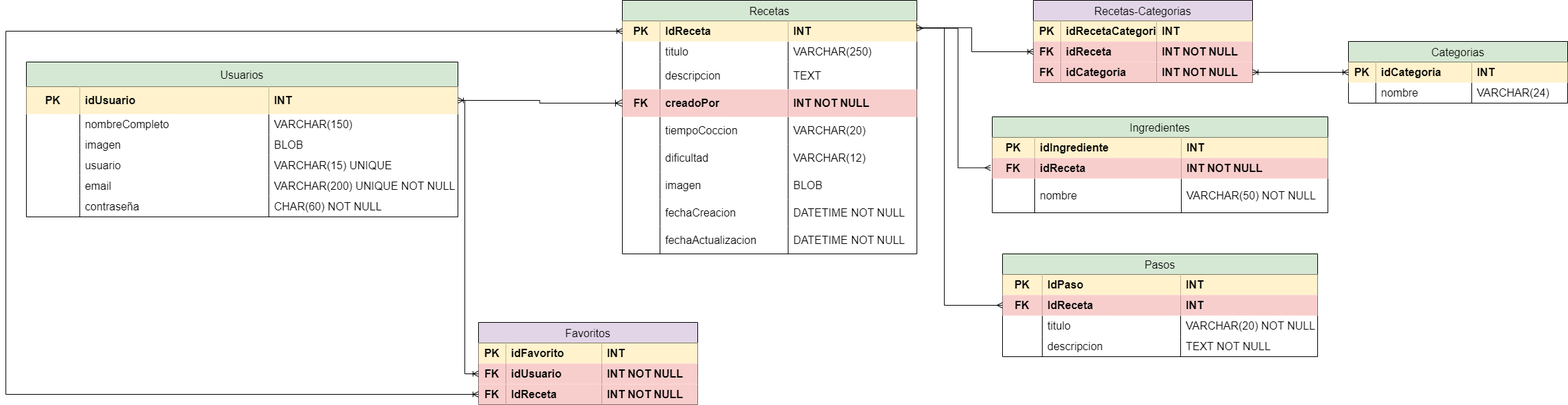
Before: Documentacion/Modelo Relacional Avocado.png, a diagram exported from draw.io (Nervios-de-Acero/tesis-avocado). Source tidied: cells renumbered, new cells last; positions are measured from the earlier drawing's top-left corner, leaving out a move shared by most shapes.
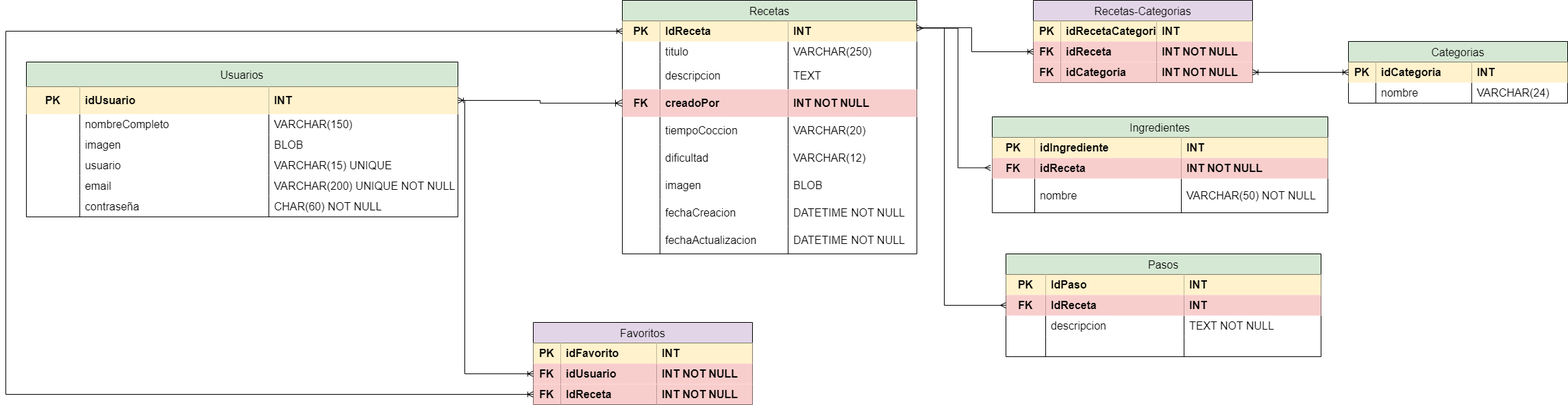
Later version of the same file.

The edit, as a diff of the source:
```diff
@@ -189,7 +189,7 @@
       <mxGeometry x="242" width="188" height="40" as="geometry" />
     </mxCell>
     <mxCell id="64" value="Favoritos" style="shape=table;startSize=30;rowLines=0;fontStyle=0;strokeColor=#000000;fontSize=16;fillColor=#e1d5e7;" parent="1" vertex="1">
-      <mxGeometry x="690" y="470" width="320" height="120" as="geometry" />
+      <mxGeometry x="770" y="470" width="320" height="120" as="geometry" />
     </mxCell>
     <mxCell id="65" style="shape=tableRow;horizontal=0;startSize=0;swimlaneHead=0;swimlaneBody=0;top=0;left=0;bottom=0;right=0;fillColor=none;strokeColor=inherit;fontSize=16;" parent="64" vertex="1">
       <mxGeometry y="30" width="320" height="30" as="geometry" />
@@ -255,7 +255,7 @@
       <mxGeometry x="180" width="140" height="30" as="geometry" />
     </mxCell>
     <mxCell id="86" value="Pasos" style="shape=table;startSize=30;rowLines=0;fontStyle=0;strokeColor=#000000;fontSize=16;fillColor=#d5e8d4;" parent="1" vertex="1">
-      <mxGeometry x="1455" y="370" width="460" height="150" as="geometry" />
+      <mxGeometry x="1460" y="370" width="460" height="150" as="geometry" />
     </mxCell>
     <mxCell id="87" style="shape=tableRow;horizontal=0;startSize=0;swimlaneHead=0;swimlaneBody=0;top=0;left=0;bottom=0;right=0;fillColor=none;strokeColor=inherit;fontSize=16;" parent="86" vertex="1">
       <mxGeometry y="30" width="460" height="30" as="geometry" />
@@ -287,10 +287,10 @@
     <mxCell id="96" style="shape=partialRectangle;html=1;whiteSpace=wrap;fillColor=none;top=0;left=0;bottom=0;right=0;overflow=hidden;strokeColor=inherit;fontSize=16;" parent="95" vertex="1">
       <mxGeometry width="58" height="30" as="geometry" />
     </mxCell>
-    <mxCell id="97" value="titulo" style="shape=partialRectangle;html=1;whiteSpace=wrap;fillColor=none;top=0;left=0;bottom=0;right=0;align=left;spacingLeft=6;overflow=hidden;strokeColor=inherit;fontSize=16;" parent="95" vertex="1">
+    <mxCell id="97" value="descripcion" style="shape=partialRectangle;html=1;whiteSpace=wrap;fillColor=none;top=0;left=0;bottom=0;right=0;align=left;spacingLeft=6;overflow=hidden;strokeColor=inherit;fontSize=16;" parent="95" vertex="1">
       <mxGeometry x="58" width="202" height="30" as="geometry" />
     </mxCell>
-    <mxCell id="98" value="VARCHAR(20) NOT NULL" style="shape=partialRectangle;html=1;whiteSpace=wrap;fillColor=none;top=0;left=0;bottom=0;right=0;align=left;spacingLeft=6;overflow=hidden;strokeColor=inherit;fontSize=16;" parent="95" vertex="1">
+    <mxCell id="98" value="TEXT NOT NULL" style="shape=partialRectangle;html=1;whiteSpace=wrap;fillColor=none;top=0;left=0;bottom=0;right=0;align=left;spacingLeft=6;overflow=hidden;strokeColor=inherit;fontSize=16;" parent="95" vertex="1">
       <mxGeometry x="260" width="200" height="30" as="geometry" />
     </mxCell>
     <mxCell id="99" style="shape=tableRow;horizontal=0;startSize=0;swimlaneHead=0;swimlaneBody=0;top=0;left=0;bottom=0;right=0;fillColor=none;strokeColor=inherit;fontSize=16;" parent="86" vertex="1">
@@ -299,10 +299,10 @@
     <mxCell id="100" style="shape=partialRectangle;html=1;whiteSpace=wrap;fillColor=none;top=0;left=0;bottom=0;right=0;overflow=hidden;strokeColor=inherit;fontSize=16;" parent="99" vertex="1">
       <mxGeometry width="58" height="30" as="geometry" />
     </mxCell>
-    <mxCell id="101" value="descripcion" style="shape=partialRectangle;html=1;whiteSpace=wrap;fillColor=none;top=0;left=0;bottom=0;right=0;align=left;spacingLeft=6;overflow=hidden;strokeColor=inherit;fontSize=16;" parent="99" vertex="1">
+    <mxCell id="101" style="shape=partialRectangle;html=1;whiteSpace=wrap;fillColor=none;top=0;left=0;bottom=0;right=0;align=left;spacingLeft=6;overflow=hidden;strokeColor=inherit;fontSize=16;" parent="99" vertex="1">
       <mxGeometry x="58" width="202" height="30" as="geometry" />
     </mxCell>
-    <mxCell id="102" value="TEXT NOT NULL" style="shape=partialRectangle;html=1;whiteSpace=wrap;fillColor=none;top=0;left=0;bottom=0;right=0;align=left;spacingLeft=6;overflow=hidden;strokeColor=inherit;fontSize=16;" parent="99" vertex="1">
+    <mxCell id="102" style="shape=partialRectangle;html=1;whiteSpace=wrap;fillColor=none;top=0;left=0;bottom=0;right=0;align=left;spacingLeft=6;overflow=hidden;strokeColor=inherit;fontSize=16;" parent="99" vertex="1">
       <mxGeometry x="260" width="200" height="30" as="geometry" />
     </mxCell>
     <mxCell id="103" value="Recetas-Categorias" style="shape=table;startSize=30;rowLines=0;fontStyle=0;strokeColor=#000000;fontSize=16;fillColor=#e1d5e7;swimlaneFillColor=none;" parent="1" vertex="1">
```
